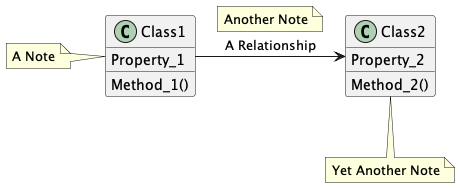
This is .gitbook/assets/Notes02_orientation.png from unifiedcompliance/compliance-as-code-book, a PlantUML export, as it was before one commit.
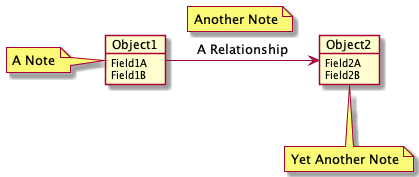
Later version of the same file.

Change to the diagram source:
```diff
@@ -1,21 +1,21 @@
 @startuml
 
-class Class1 {
-  Method_1()
-  Property_1
+object Object1 {
+  Field1A
+  Field1B
 }
 
 note left : A Note
 
-class Class2 {
-  Method_2()
-  Property_2
+object Object2 {
+  Field2A
+  Field2B
 }
 
-Class1 -> Class2 : A Relationship
+Object1 -> Object2 : A Relationship
 
 note top on link : Another Note
 
-note bottom of Class2 : Yet Another Note
+note bottom of Object2 : Yet Another Note
 
 @enduml
```
